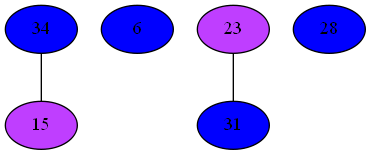
Earlier version of the Graphviz export Compiler/30iGraph.png (mbajaj92/Project-Astoria). Its source is kept beside it as Compiler/30iGraph.dot.
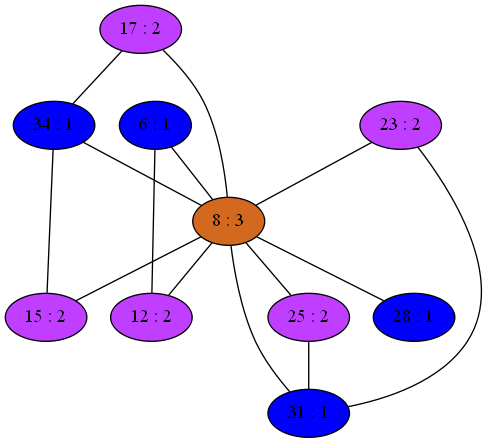
After the commit.

What changed in the source:
```diff
@@ -1,12 +1,40 @@
 strict graph {
-34[label="34" style=filled fillcolor="blue1"];
+17[label="17 : 2" style=filled fillcolor="darkorchid1"];
+17 -- 34
+17 -- 8
+34[label="34 : 1" style=filled fillcolor="blue1"];
+34 -- 17
+34 -- 8
 34 -- 15
-6[label="6" style=filled fillcolor="blue1"];
-23[label="23" style=filled fillcolor="darkorchid1"];
+6[label="6 : 1" style=filled fillcolor="blue1"];
+6 -- 8
+6 -- 12
+23[label="23 : 2" style=filled fillcolor="darkorchid1"];
+23 -- 8
 23 -- 31
-28[label="28" style=filled fillcolor="blue1"];
-15[label="15" style=filled fillcolor="darkorchid1"];
+8[label="8 : 3" style=filled fillcolor="chocolate"];
+8 -- 17
+8 -- 34
+8 -- 6
+8 -- 23
+8 -- 25
+8 -- 28
+8 -- 12
+8 -- 15
+8 -- 31
+25[label="25 : 2" style=filled fillcolor="darkorchid1"];
+25 -- 8
+25 -- 31
+28[label="28 : 1" style=filled fillcolor="blue1"];
+28 -- 8
+12[label="12 : 2" style=filled fillcolor="darkorchid1"];
+12 -- 6
+12 -- 8
+15[label="15 : 2" style=filled fillcolor="darkorchid1"];
 15 -- 34
-31[label="31" style=filled fillcolor="blue1"];
+15 -- 8
+31[label="31 : 1" style=filled fillcolor="blue1"];
 31 -- 23
+31 -- 8
+31 -- 25
 }
```
